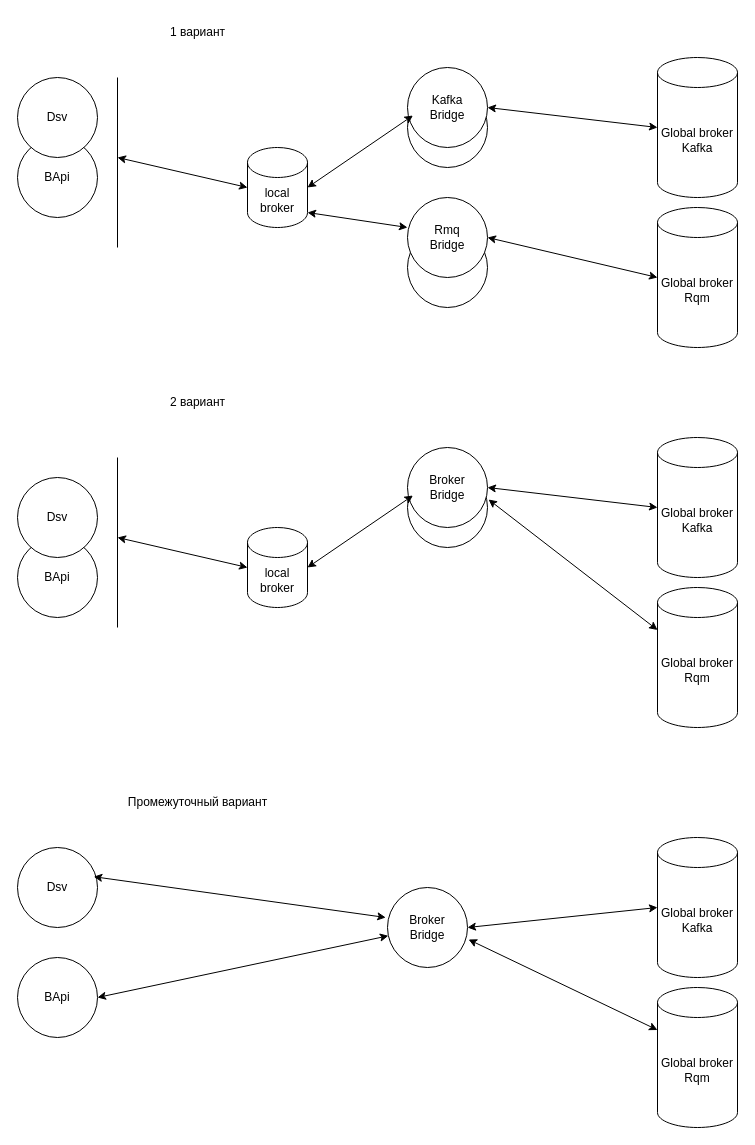
This is Brokers.drawio from strSSSS/draw.io, a draw.io file, before an edit. Source tidied: cells renumbered, new cells numbered last; positions are measured from the earlier drawing's top-left corner, leaving out a move shared by most shapes. Both pictures are drawn from the tidied source at 100%, with x=0, y=0 at pixel (17, 17).
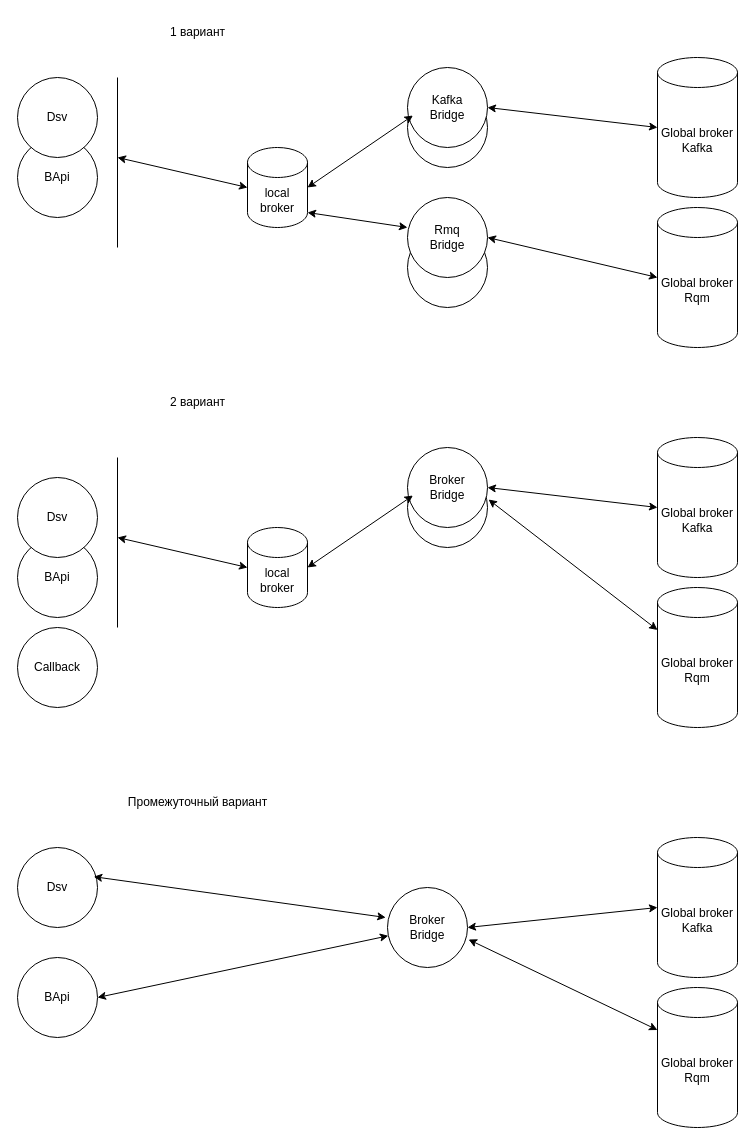
The same diagram, later.

Change to the diagram source:
```diff
@@
+    <mxCell id="41" value="Callback" style="ellipse;whiteSpace=wrap;html=1;" parent="1" vertex="1">
+      <mxGeometry y="610" width="80" height="80" as="geometry" />
+    </mxCell>
```
